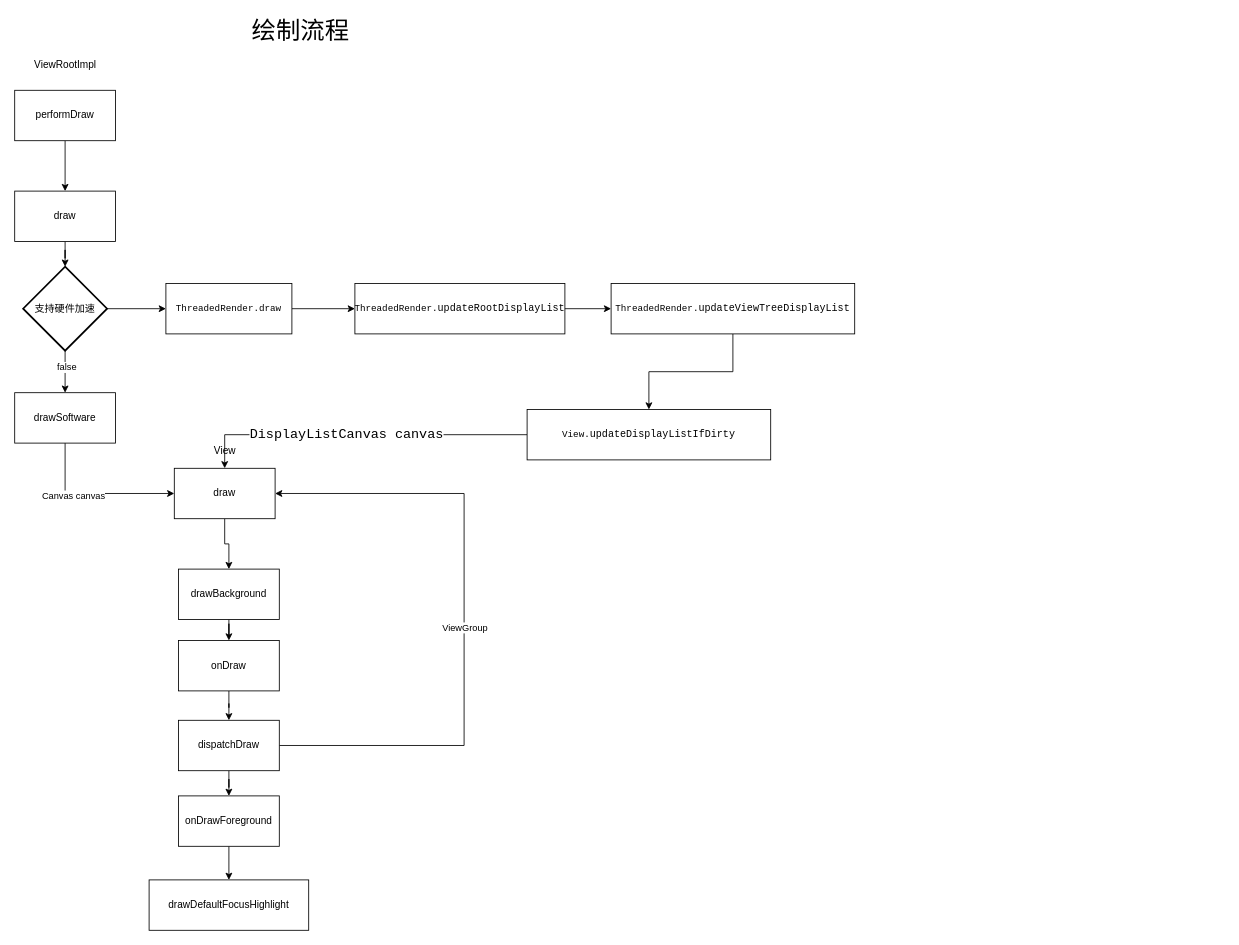
Earlier version of the draw.io diagram 硬件加速绘制流程.drawio (xxm-sz/dio). Source tidied: cells renumbered, new cells numbered last; positions are measured from the earlier drawing's top-left corner, leaving out a move shared by most shapes. Both pictures are drawn from the tidied source at 84%, with x=0, y=0 at pixel (14, 14).
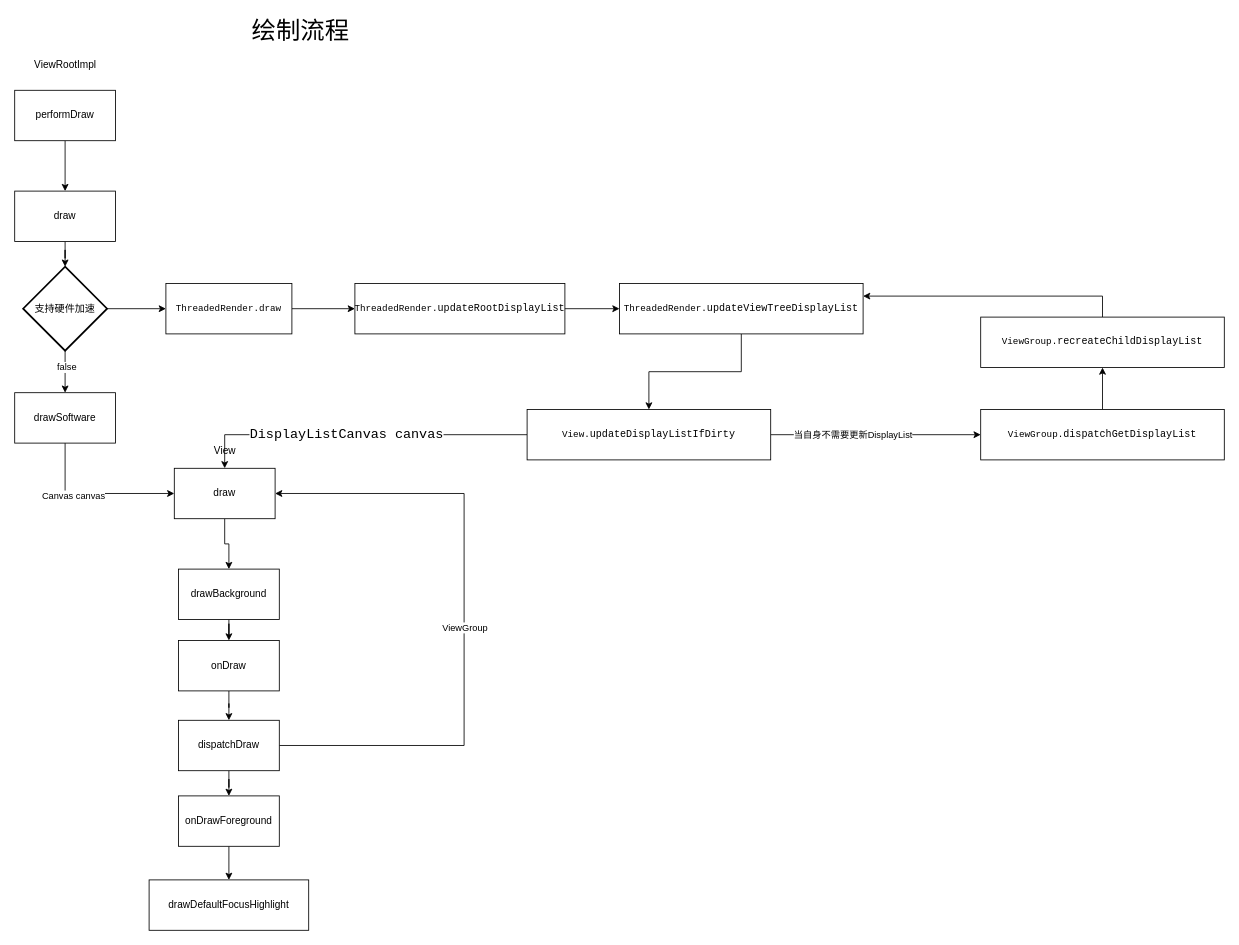
Above is the later version.

Commit message:
更新硬件加速绘制流程.drawio

Unchanged cells that the change refers to:
```xml
<mxCell id="37" value="&lt;pre style=&quot;font-family: &amp;#34;consolas&amp;#34; , monospace&quot;&gt;&lt;font style=&quot;font-size: 11px&quot;&gt;View.&lt;/font&gt;updateDisplayListIfDirty&lt;/pre&gt;" style="rounded=0;whiteSpace=wrap;html=1;fillColor=#FFFFFF;" parent="1" vertex="1">
  <mxGeometry x="610" y="470" width="290" height="60" as="geometry" />
</mxCell>
```

Change to the diagram source:
```diff
@@
     <mxCell id="34" value="&lt;pre style=&quot;font-family: &amp;#34;consolas&amp;#34; , monospace&quot;&gt;&lt;font style=&quot;font-size: 11px&quot;&gt;ThreadedRender.&lt;/font&gt;updateViewTreeDisplayList&lt;/pre&gt;" style="rounded=0;whiteSpace=wrap;html=1;fillColor=#FFFFFF;" parent="1" vertex="1">
-      <mxGeometry x="710" y="320" width="290" height="60" as="geometry" />
+      <mxGeometry x="720" y="320" width="290" height="60" as="geometry" />
     </mxCell>
@@
+    <mxCell id="38" style="edgeStyle=orthogonalEdgeStyle;rounded=0;jettySize=auto;html=1;entryX=0;entryY=0.5;entryDx=0;entryDy=0;" parent="1" edge="1" source="37" target="41">
+      <mxGeometry relative="1" as="geometry" />
+    </mxCell>
+    <mxCell id="39" value="当自身不需要更新DisplayList" style="edgeLabel;html=1;align=center;verticalAlign=middle;" parent="38" vertex="1">
+      <mxGeometry x="-0.87" relative="1" as="geometry">
+        <mxPoint x="81" as="offset" />
+      </mxGeometry>
+    </mxCell>
@@
+    <mxCell id="40" style="edgeStyle=orthogonalEdgeStyle;rounded=0;jettySize=auto;html=1;entryX=0.5;entryY=1;entryDx=0;entryDy=0;" parent="1" edge="1" source="41" target="43">
+      <mxGeometry relative="1" as="geometry" />
+    </mxCell>
+    <mxCell id="41" value="&lt;pre style=&quot;font-family: &amp;#34;consolas&amp;#34; , monospace&quot;&gt;&lt;font style=&quot;font-size: 11px&quot;&gt;ViewGroup.&lt;/font&gt;dispatchGetDisplayList&lt;/pre&gt;" style="rounded=0;whiteSpace=wrap;html=1;fillColor=#FFFFFF;" parent="1" vertex="1">
+      <mxGeometry x="1150" y="470" width="290" height="60" as="geometry" />
+    </mxCell>
+    <mxCell id="42" style="edgeStyle=orthogonalEdgeStyle;rounded=0;jettySize=auto;html=1;entryX=1;entryY=0.25;entryDx=0;entryDy=0;" parent="1" edge="1" source="43" target="34">
+      <mxGeometry relative="1" as="geometry">
+        <Array as="points">
+          <mxPoint x="1295" y="335" />
+        </Array>
+      </mxGeometry>
+    </mxCell>
+    <mxCell id="43" value="&lt;pre style=&quot;font-family: &amp;#34;consolas&amp;#34; , monospace&quot;&gt;&lt;font style=&quot;font-size: 11px&quot;&gt;ViewGroup.&lt;/font&gt;recreateChildDisplayList&lt;/pre&gt;" style="rounded=0;whiteSpace=wrap;html=1;fillColor=#FFFFFF;" parent="1" vertex="1">
+      <mxGeometry x="1150" y="360" width="290" height="60" as="geometry" />
+    </mxCell>
```
